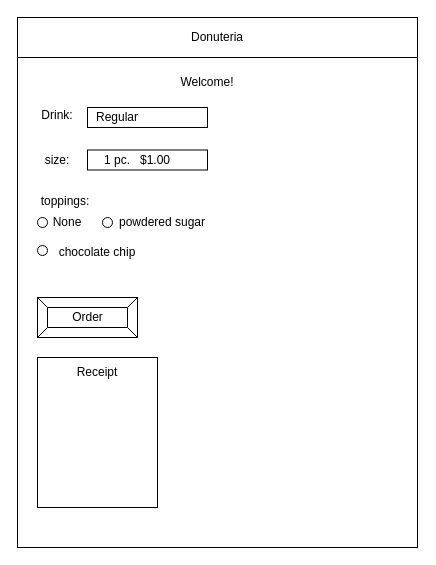
This is design/story-board.drawio from Liya-Getachew/ICS2O-Assignment-4, a draw.io file, before an edit. Source tidied: cells renumbered, new cells numbered last; positions are measured from the earlier drawing's top-left corner, leaving out a move shared by most shapes. Both pictures are drawn from the tidied source at 100%, with x=0, y=0 at pixel (17, 17).
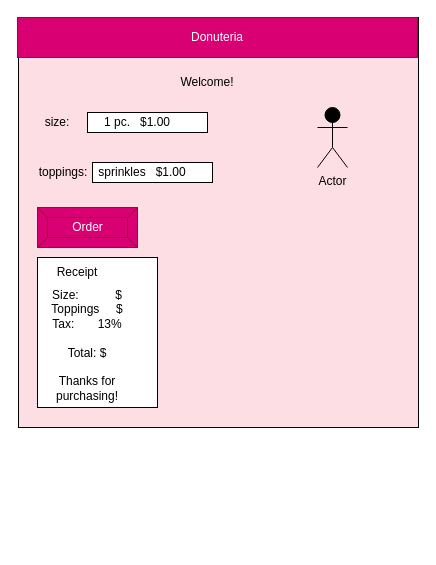
Above is the later version.

Commit message (it also covers changes not shown here):
board and chart

Diff of the diagram source:
```diff
@@
-    <mxCell id="2" style="rounded=0;whiteSpace=wrap;html=1;" parent="1" vertex="1">
-      <mxGeometry width="400" height="530" as="geometry" />
+    <mxCell id="2" style="rounded=0;whiteSpace=wrap;html=1;fillColor=#FCDEE4;" parent="1" vertex="1">
+      <mxGeometry x="1" width="400" height="410" as="geometry" />
     </mxCell>
-    <mxCell id="3" value="Donuteria" style="rounded=0;whiteSpace=wrap;html=1;" parent="1" vertex="1">
+    <mxCell id="3" value="Donuteria" style="rounded=0;whiteSpace=wrap;html=1;fillColor=#d80073;fontColor=#ffffff;strokeColor=#A50040;" parent="1" vertex="1">
       <mxGeometry width="400" height="40" as="geometry" />
     </mxCell>
-    <mxCell id="4" value="Order" style="labelPosition=center;verticalLabelPosition=middle;align=center;html=1;shape=mxgraph.basic.button;dx=10;" parent="1" vertex="1">
-      <mxGeometry x="20" y="280" width="100" height="40" as="geometry" />
+    <mxCell id="4" value="Order" style="labelPosition=center;verticalLabelPosition=middle;align=center;html=1;shape=mxgraph.basic.button;dx=10;fillColor=#d80073;fontColor=#ffffff;strokeColor=#A50040;" parent="1" vertex="1">
+      <mxGeometry x="20" y="190" width="100" height="40" as="geometry" />
     </mxCell>
-    <mxCell id="5" value="Welcome!" style="text;html=1;strokeColor=none;fillColor=none;align=center;verticalAlign=middle;whiteSpace=wrap;rounded=0;" parent="1" vertex="1">
+    <mxCell id="5" value="Welcome!" style="text;html=1;strokeColor=none;fillColor=none;align=center;verticalAlign=middle;whiteSpace=wrap;rounded=0;fontColor=#000000;" parent="1" vertex="1">
       <mxGeometry x="130" y="50" width="120" height="30" as="geometry" />
     </mxCell>
-    <mxCell id="6" value="Drink:" style="text;html=1;strokeColor=none;fillColor=none;align=center;verticalAlign=middle;whiteSpace=wrap;rounded=0;" parent="1" vertex="1">
-      <mxGeometry x="10" y="82.5" width="60" height="30" as="geometry" />
-    </mxCell>
-    <mxCell id="7" style="rounded=0;whiteSpace=wrap;html=1;" parent="1" vertex="1">
-      <mxGeometry x="70" y="90" width="120" height="20" as="geometry" />
-    </mxCell>
-    <mxCell id="8" value="Regular" style="text;html=1;strokeColor=none;fillColor=none;align=center;verticalAlign=middle;whiteSpace=wrap;rounded=0;" parent="1" vertex="1">
-      <mxGeometry x="70" y="82.5" width="60" height="35" as="geometry" />
-    </mxCell>
-    <mxCell id="9" value="size:" style="text;html=1;strokeColor=none;fillColor=none;align=center;verticalAlign=middle;whiteSpace=wrap;rounded=0;" parent="1" vertex="1">
-      <mxGeometry x="10" y="127.5" width="60" height="30" as="geometry" />
+    <mxCell id="9" value="size:" style="text;html=1;strokeColor=none;fillColor=none;align=center;verticalAlign=middle;whiteSpace=wrap;rounded=0;fontColor=#000000;" parent="1" vertex="1">
+      <mxGeometry x="10" y="90" width="60" height="30" as="geometry" />
     </mxCell>
-    <mxCell id="10" style="rounded=0;whiteSpace=wrap;html=1;" parent="1" vertex="1">
-      <mxGeometry x="70" y="132.5" width="120" height="20" as="geometry" />
+    <mxCell id="10" style="rounded=0;whiteSpace=wrap;html=1;fillColor=#FFFFFF;" parent="1" vertex="1">
+      <mxGeometry x="70" y="95" width="120" height="20" as="geometry" />
     </mxCell>
-    <mxCell id="11" value="1 pc.&amp;nbsp; &amp;nbsp;$1.00" style="text;html=1;strokeColor=none;fillColor=none;align=center;verticalAlign=middle;whiteSpace=wrap;rounded=0;" parent="1" vertex="1">
-      <mxGeometry x="70" y="125" width="100" height="35" as="geometry" />
+    <mxCell id="11" value="1 pc.&amp;nbsp; &amp;nbsp;$1.00" style="text;html=1;strokeColor=none;fillColor=none;align=center;verticalAlign=middle;whiteSpace=wrap;rounded=0;fontColor=#000000;" parent="1" vertex="1">
+      <mxGeometry x="70" y="87.5" width="100" height="35" as="geometry" />
     </mxCell>
-    <mxCell id="12" style="ellipse;whiteSpace=wrap;html=1;" parent="1" vertex="1">
-      <mxGeometry x="20" y="200" width="10" height="10" as="geometry" />
-    </mxCell>
-    <mxCell id="13" value="powdered sugar" style="text;html=1;strokeColor=none;fillColor=none;align=center;verticalAlign=middle;whiteSpace=wrap;rounded=0;" parent="1" vertex="1">
-      <mxGeometry x="95" y="190" width="100" height="30" as="geometry" />
-    </mxCell>
-    <mxCell id="14" style="ellipse;whiteSpace=wrap;html=1;" parent="1" vertex="1">
-      <mxGeometry x="85" y="200" width="10" height="10" as="geometry" />
-    </mxCell>
-    <mxCell id="15" value="None" style="text;html=1;strokeColor=none;fillColor=none;align=center;verticalAlign=middle;whiteSpace=wrap;rounded=0;" parent="1" vertex="1">
-      <mxGeometry x="20" y="190" width="60" height="30" as="geometry" />
-    </mxCell>
-    <mxCell id="16" value="toppings:" style="text;html=1;strokeColor=none;fillColor=none;align=center;verticalAlign=middle;whiteSpace=wrap;rounded=0;" parent="1" vertex="1">
-      <mxGeometry x="18" y="169" width="60" height="30" as="geometry" />
+    <mxCell id="16" value="toppings:" style="text;html=1;strokeColor=none;fillColor=none;align=center;verticalAlign=middle;whiteSpace=wrap;rounded=0;fontColor=#000000;" parent="1" vertex="1">
+      <mxGeometry x="16" y="140" width="60" height="30" as="geometry" />
     </mxCell>
-    <mxCell id="17" style="rounded=0;whiteSpace=wrap;html=1;" parent="1" vertex="1">
-      <mxGeometry x="20" y="340" width="120" height="150" as="geometry" />
+    <mxCell id="17" style="rounded=0;whiteSpace=wrap;html=1;fontColor=#F0F0F0;labelBackgroundColor=#FFFFFF;fillColor=#FFFFFF;" parent="1" vertex="1">
+      <mxGeometry x="20" y="240" width="120" height="150" as="geometry" />
     </mxCell>
-    <mxCell id="18" value="Receipt" style="text;html=1;strokeColor=none;fillColor=none;align=center;verticalAlign=middle;whiteSpace=wrap;rounded=0;" parent="1" vertex="1">
-      <mxGeometry x="50" y="340" width="60" height="30" as="geometry" />
+    <mxCell id="18" value="Receipt" style="text;html=1;strokeColor=none;fillColor=none;align=center;verticalAlign=middle;whiteSpace=wrap;rounded=0;fontColor=#000000;" parent="1" vertex="1">
+      <mxGeometry x="30" y="240" width="60" height="30" as="geometry" />
     </mxCell>
-    <mxCell id="19" style="ellipse;whiteSpace=wrap;html=1;" parent="1" vertex="1">
-      <mxGeometry x="20" y="228" width="10" height="10" as="geometry" />
-    </mxCell>
-    <mxCell id="20" value="chocolate chip" style="text;html=1;strokeColor=none;fillColor=none;align=center;verticalAlign=middle;whiteSpace=wrap;rounded=0;" parent="1" vertex="1">
-      <mxGeometry x="30" y="220" width="100" height="30" as="geometry" />
-    </mxCell>
+    <mxCell id="21" style="rounded=0;whiteSpace=wrap;html=1;fillColor=#FFFFFF;" parent="1" vertex="1">
+      <mxGeometry x="75" y="145" width="120" height="20" as="geometry" />
+    </mxCell>
+    <mxCell id="22" value="sprinkles&amp;nbsp; &amp;nbsp;$1.00" style="text;html=1;strokeColor=none;fillColor=none;align=center;verticalAlign=middle;whiteSpace=wrap;rounded=0;fontColor=#000000;" parent="1" vertex="1">
+      <mxGeometry x="75" y="137" width="100" height="35" as="geometry" />
+    </mxCell>
+    <mxCell id="23" value="Size:&amp;nbsp; &amp;nbsp; &amp;nbsp; &amp;nbsp; &amp;nbsp; &amp;nbsp;$&lt;br&gt;Toppings&amp;nbsp; &amp;nbsp; &amp;nbsp;$&lt;br&gt;Tax:&amp;nbsp; &amp;nbsp; &amp;nbsp; &amp;nbsp;13%&lt;br&gt;&lt;br&gt;Total: $&lt;br&gt;&lt;br&gt;Thanks for purchasing!" style="text;html=1;strokeColor=none;fillColor=none;align=center;verticalAlign=middle;whiteSpace=wrap;rounded=0;fontColor=#000000;" parent="1" vertex="1">
+      <mxGeometry x="20" y="310" width="100" height="35" as="geometry" />
+    </mxCell>
+    <mxCell id="24" value="Actor" style="shape=umlActor;verticalLabelPosition=bottom;verticalAlign=top;html=1;labelBackgroundColor=none;fontColor=#000000;fillColor=#000000;strokeColor=#000000;" parent="1" vertex="1">
+      <mxGeometry x="300" y="90" width="30" height="60" as="geometry" />
+    </mxCell>
```
